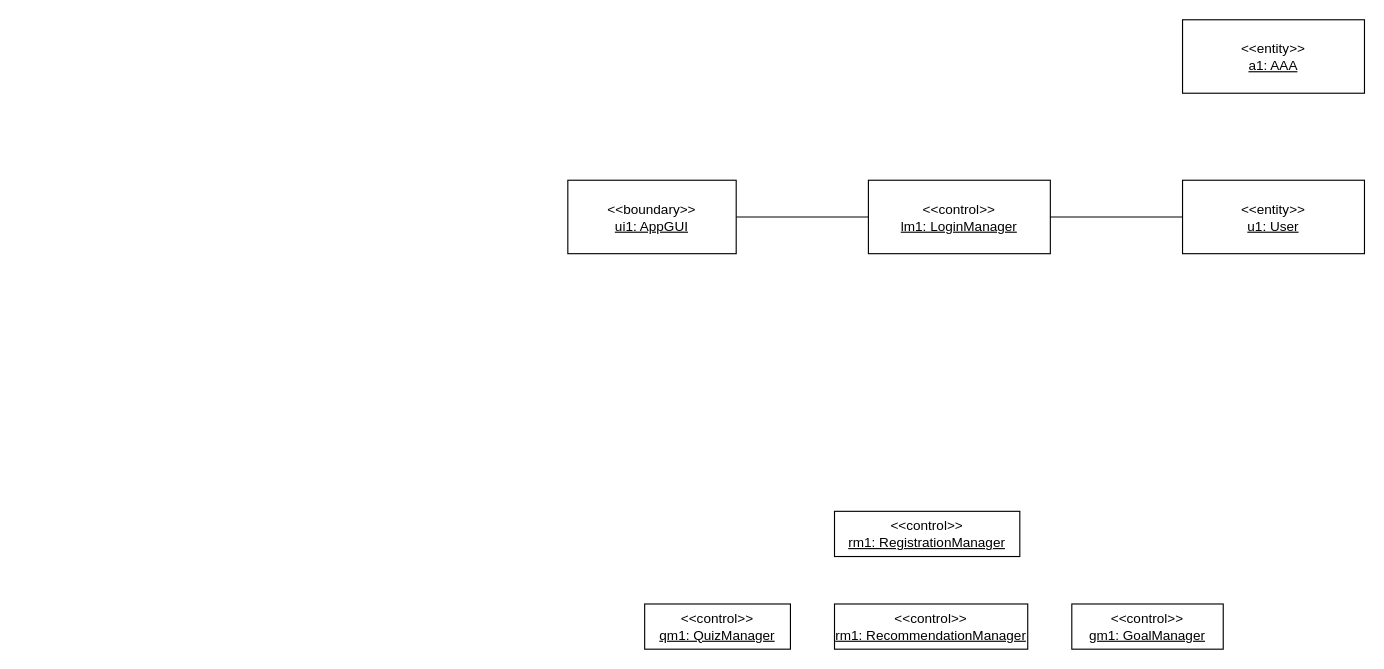
ahammond3aws/DC2SEN keeps this draw.io diagram as Object_diagrams.drawio. Above is the earlier version. Source tidied: cells renumbered, new cells numbered last; positions are measured from the earlier drawing's top-left corner, leaving out a move shared by most shapes. Both pictures are drawn from the tidied source at 113%, with x=0, y=0 at pixel (567, 19).
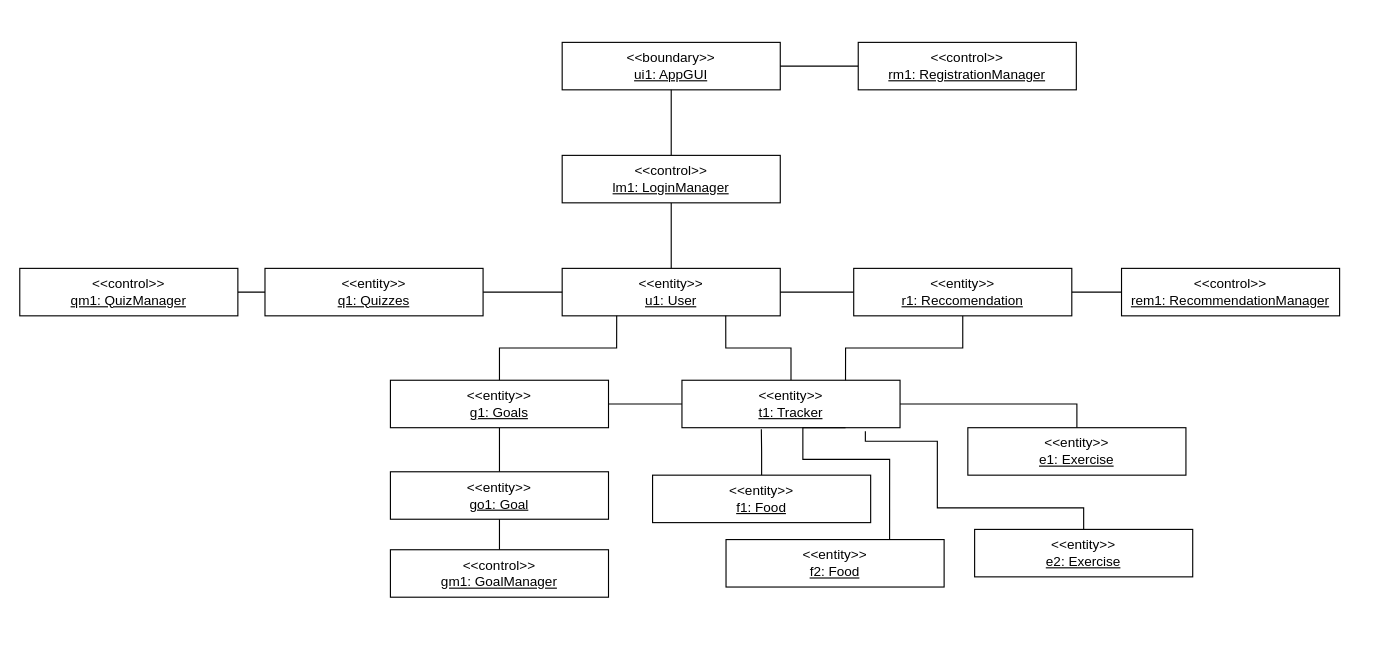
Above is the later version.

Change to the diagram source:
```diff
@@
-    <mxCell id="2" style="edgeStyle=orthogonalEdgeStyle;rounded=0;jettySize=auto;html=1;entryX=0;entryY=0.5;entryDx=0;entryDy=0;endArrow=none;endFill=0;" parent="1" edge="1" source="3" target="4">
-      <mxGeometry relative="1" as="geometry" />
-    </mxCell>
     <mxCell id="3" value="&amp;lt;&amp;lt;boundary&amp;gt;&amp;gt;&lt;br&gt;&lt;u&gt;ui1: AppGUI&lt;/u&gt;" style="rounded=0;whiteSpace=wrap;html=1;" parent="1" vertex="1">
-      <mxGeometry y="142" width="149" height="65" as="geometry" />
+      <mxGeometry x="-5" y="20" width="193" height="42" as="geometry" />
     </mxCell>
+    <mxCell id="12" style="edgeStyle=orthogonalEdgeStyle;rounded=0;jettySize=auto;html=1;endArrow=none;endFill=0;" parent="1" edge="1" source="4" target="10">
+      <mxGeometry relative="1" as="geometry" />
+    </mxCell>
+    <mxCell id="13" style="edgeStyle=orthogonalEdgeStyle;rounded=0;jettySize=auto;html=1;endArrow=none;endFill=0;" parent="1" edge="1" source="4" target="3">
+      <mxGeometry relative="1" as="geometry" />
+    </mxCell>
     <mxCell id="4" value="&amp;lt;&amp;lt;control&amp;gt;&amp;gt;&lt;br&gt;&lt;u&gt;lm1: LoginManager&lt;/u&gt;" style="rounded=0;whiteSpace=wrap;html=1;" parent="1" vertex="1">
-      <mxGeometry x="266" y="142" width="161" height="65" as="geometry" />
+      <mxGeometry x="-5" y="120" width="193" height="42" as="geometry" />
     </mxCell>
+    <mxCell id="14" style="edgeStyle=orthogonalEdgeStyle;rounded=0;jettySize=auto;html=1;endArrow=none;endFill=0;" parent="1" edge="1" source="5" target="3">
+      <mxGeometry relative="1" as="geometry" />
+    </mxCell>
     <mxCell id="5" value="&amp;lt;&amp;lt;control&amp;gt;&amp;gt;&lt;br&gt;&lt;u&gt;rm1: RegistrationManager&lt;/u&gt;" style="rounded=0;whiteSpace=wrap;html=1;" parent="1" vertex="1">
-      <mxGeometry x="236" y="435" width="164" height="40" as="geometry" />
+      <mxGeometry x="257" y="20" width="193" height="42" as="geometry" />
     </mxCell>
+    <mxCell id="10" value="&amp;lt;&amp;lt;entity&amp;gt;&amp;gt;&lt;br&gt;&lt;u&gt;u1: User&lt;/u&gt;" style="rounded=0;whiteSpace=wrap;html=1;" parent="1" vertex="1">
+      <mxGeometry x="-5" y="220" width="193" height="42" as="geometry" />
+    </mxCell>
+    <mxCell id="15" style="edgeStyle=orthogonalEdgeStyle;rounded=0;jettySize=auto;html=1;endArrow=none;endFill=0;exitX=0;exitY=0.5;exitDx=0;exitDy=0;" parent="1" edge="1" source="17" target="6">
+      <mxGeometry relative="1" as="geometry" />
+    </mxCell>
+    <mxCell id="16" style="edgeStyle=orthogonalEdgeStyle;rounded=0;jettySize=auto;html=1;entryX=0;entryY=0.5;entryDx=0;entryDy=0;endArrow=none;endFill=0;" parent="1" edge="1" source="17" target="10">
+      <mxGeometry relative="1" as="geometry" />
+    </mxCell>
+    <mxCell id="17" value="&amp;lt;&amp;lt;entity&amp;gt;&amp;gt;&lt;br&gt;&lt;u&gt;q1: Quizzes&lt;/u&gt;" style="rounded=0;whiteSpace=wrap;html=1;" parent="1" vertex="1">
+      <mxGeometry x="-268" y="220" width="193" height="42" as="geometry" />
+    </mxCell>
-    <mxCell id="6" value="&amp;lt;&amp;lt;control&amp;gt;&amp;gt;&lt;br&gt;&lt;u&gt;qm1: QuizManager&lt;/u&gt;" style="rounded=0;whiteSpace=wrap;html=1;fillColor=default;" parent="1" vertex="1">
-      <mxGeometry x="68" y="517" width="129" height="40" as="geometry" />
+    <mxCell id="6" value="&amp;lt;&amp;lt;control&amp;gt;&amp;gt;&lt;br&gt;&lt;u&gt;qm1: QuizManager&lt;/u&gt;" style="rounded=0;whiteSpace=wrap;html=1;" parent="1" vertex="1">
+      <mxGeometry x="-485" y="220" width="193" height="42" as="geometry" />
     </mxCell>
-    <mxCell id="7" value="&amp;lt;&amp;lt;control&amp;gt;&amp;gt;&lt;br&gt;&lt;u&gt;rm1: RecommendationManager&lt;/u&gt;" style="rounded=0;whiteSpace=wrap;html=1;fillColor=default;" parent="1" vertex="1">
-      <mxGeometry x="236" y="517" width="171" height="40" as="geometry" />
-    </mxCell>
+    <mxCell id="18" style="edgeStyle=orthogonalEdgeStyle;rounded=0;jettySize=auto;html=1;entryX=0.75;entryY=1;entryDx=0;entryDy=0;endArrow=none;endFill=0;" parent="1" edge="1" source="20" target="10">
+      <mxGeometry relative="1" as="geometry" />
+    </mxCell>
+    <mxCell id="19" style="edgeStyle=orthogonalEdgeStyle;rounded=0;jettySize=auto;html=1;entryX=0.5;entryY=0;entryDx=0;entryDy=0;endArrow=none;endFill=0;" parent="1" edge="1" source="20" target="36">
+      <mxGeometry relative="1" as="geometry" />
+    </mxCell>
+    <mxCell id="20" value="&amp;lt;&amp;lt;entity&amp;gt;&amp;gt;&lt;br&gt;&lt;u&gt;t1: Tracker&lt;/u&gt;" style="rounded=0;whiteSpace=wrap;html=1;" parent="1" vertex="1">
+      <mxGeometry x="101" y="319" width="193" height="42" as="geometry" />
+    </mxCell>
+    <mxCell id="21" style="edgeStyle=orthogonalEdgeStyle;rounded=0;jettySize=auto;html=1;endArrow=none;endFill=0;" parent="1" edge="1" source="24" target="25">
+      <mxGeometry relative="1" as="geometry" />
+    </mxCell>
+    <mxCell id="22" style="edgeStyle=orthogonalEdgeStyle;rounded=0;jettySize=auto;html=1;endArrow=none;endFill=0;" parent="1" edge="1" source="24" target="20">
+      <mxGeometry relative="1" as="geometry" />
+    </mxCell>
+    <mxCell id="23" style="edgeStyle=orthogonalEdgeStyle;rounded=0;jettySize=auto;html=1;entryX=0.25;entryY=1;entryDx=0;entryDy=0;endArrow=none;endFill=0;" parent="1" edge="1" source="24" target="10">
+      <mxGeometry relative="1" as="geometry" />
+    </mxCell>
+    <mxCell id="24" value="&amp;lt;&amp;lt;entity&amp;gt;&amp;gt;&lt;br&gt;&lt;u&gt;g1: Goals&lt;/u&gt;" style="rounded=0;whiteSpace=wrap;html=1;" parent="1" vertex="1">
+      <mxGeometry x="-157" y="319" width="193" height="42" as="geometry" />
+    </mxCell>
+    <mxCell id="25" value="&amp;lt;&amp;lt;entity&amp;gt;&amp;gt;&lt;br&gt;&lt;u&gt;go1: Goal&lt;/u&gt;" style="rounded=0;whiteSpace=wrap;html=1;" parent="1" vertex="1">
+      <mxGeometry x="-157" y="400" width="193" height="42" as="geometry" />
+    </mxCell>
+    <mxCell id="26" style="edgeStyle=orthogonalEdgeStyle;rounded=0;jettySize=auto;html=1;endArrow=none;endFill=0;" parent="1" edge="1" source="29" target="31">
+      <mxGeometry relative="1" as="geometry" />
+    </mxCell>
+    <mxCell id="27" style="edgeStyle=orthogonalEdgeStyle;rounded=0;jettySize=auto;html=1;entryX=0.75;entryY=0;entryDx=0;entryDy=0;endArrow=none;endFill=0;exitX=0.5;exitY=1;exitDx=0;exitDy=0;" parent="1" edge="1" source="29" target="20">
+      <mxGeometry relative="1" as="geometry" />
+    </mxCell>
+    <mxCell id="28" style="edgeStyle=orthogonalEdgeStyle;rounded=0;jettySize=auto;html=1;entryX=1;entryY=0.5;entryDx=0;entryDy=0;endArrow=none;endFill=0;" parent="1" edge="1" source="29" target="10">
+      <mxGeometry relative="1" as="geometry" />
+    </mxCell>
+    <mxCell id="29" value="&amp;lt;&amp;lt;entity&amp;gt;&amp;gt;&lt;br&gt;&lt;u&gt;r1: Reccomendation&lt;/u&gt;" style="rounded=0;whiteSpace=wrap;html=1;" parent="1" vertex="1">
+      <mxGeometry x="253" y="220" width="193" height="42" as="geometry" />
+    </mxCell>
+    <mxCell id="30" style="edgeStyle=orthogonalEdgeStyle;rounded=0;jettySize=auto;html=1;endArrow=none;endFill=0;" parent="1" edge="1" source="8" target="25">
+      <mxGeometry relative="1" as="geometry" />
+    </mxCell>
-    <mxCell id="8" value="&amp;lt;&amp;lt;control&amp;gt;&amp;gt;&lt;br&gt;&lt;u&gt;gm1: GoalManager&lt;/u&gt;" style="rounded=0;whiteSpace=wrap;html=1;fillColor=default;" parent="1" vertex="1">
-      <mxGeometry x="446" y="517" width="134" height="40" as="geometry" />
+    <mxCell id="8" value="&amp;lt;&amp;lt;control&amp;gt;&amp;gt;&lt;br&gt;&lt;u&gt;gm1: GoalManager&lt;/u&gt;" style="rounded=0;whiteSpace=wrap;html=1;" parent="1" vertex="1">
+      <mxGeometry x="-157" y="469" width="193" height="42" as="geometry" />
     </mxCell>
-    <mxCell id="9" style="edgeStyle=orthogonalEdgeStyle;rounded=0;jettySize=auto;html=1;entryX=1;entryY=0.5;entryDx=0;entryDy=0;endArrow=none;endFill=0;" parent="1" edge="1" source="10" target="4">
-      <mxGeometry relative="1" as="geometry" />
-    </mxCell>
-    <mxCell id="10" value="&amp;lt;&amp;lt;entity&amp;gt;&amp;gt;&lt;br&gt;&lt;u&gt;u1: User&lt;/u&gt;" style="rounded=0;whiteSpace=wrap;html=1;" parent="1" vertex="1">
-      <mxGeometry x="544" y="142" width="161" height="65" as="geometry" />
-    </mxCell>
-    <mxCell id="11" value="&amp;lt;&amp;lt;entity&amp;gt;&amp;gt;&lt;br&gt;&lt;u&gt;a1: AAA&lt;/u&gt;" style="rounded=0;whiteSpace=wrap;html=1;" parent="1" vertex="1">
-      <mxGeometry x="544" width="161" height="65" as="geometry" />
-    </mxCell>
+    <mxCell id="31" value="&amp;lt;&amp;lt;control&amp;gt;&amp;gt;&lt;br&gt;&lt;u&gt;rem1: RecommendationManager&lt;/u&gt;" style="rounded=0;whiteSpace=wrap;html=1;" parent="1" vertex="1">
+      <mxGeometry x="490" y="220" width="193" height="42" as="geometry" />
+    </mxCell>
+    <mxCell id="32" style="edgeStyle=orthogonalEdgeStyle;rounded=0;jettySize=auto;html=1;entryX=0.364;entryY=1.034;entryDx=0;entryDy=0;entryPerimeter=0;endArrow=none;endFill=0;" parent="1" edge="1" source="33" target="20">
+      <mxGeometry relative="1" as="geometry" />
+    </mxCell>
+    <mxCell id="33" value="&amp;lt;&amp;lt;entity&amp;gt;&amp;gt;&lt;br&gt;&lt;u&gt;f1: Food&lt;/u&gt;" style="rounded=0;whiteSpace=wrap;html=1;" parent="1" vertex="1">
+      <mxGeometry x="75" y="403" width="193" height="42" as="geometry" />
+    </mxCell>
+    <mxCell id="34" style="edgeStyle=orthogonalEdgeStyle;rounded=0;jettySize=auto;html=1;entryX=0.75;entryY=1;entryDx=0;entryDy=0;endArrow=none;endFill=0;exitX=0.75;exitY=0;exitDx=0;exitDy=0;" parent="1" edge="1" source="35" target="20">
+      <mxGeometry relative="1" as="geometry">
+        <Array as="points">
+          <mxPoint x="285" y="389" />
+          <mxPoint x="208" y="389" />
+          <mxPoint x="208" y="361" />
+        </Array>
+      </mxGeometry>
+    </mxCell>
+    <mxCell id="35" value="&amp;lt;&amp;lt;entity&amp;gt;&amp;gt;&lt;br&gt;&lt;u&gt;f2: Food&lt;/u&gt;" style="rounded=0;whiteSpace=wrap;html=1;" parent="1" vertex="1">
+      <mxGeometry x="140" y="460" width="193" height="42" as="geometry" />
+    </mxCell>
+    <mxCell id="36" value="&amp;lt;&amp;lt;entity&amp;gt;&amp;gt;&lt;br&gt;&lt;u&gt;e1: Exercise&lt;/u&gt;" style="rounded=0;whiteSpace=wrap;html=1;" parent="1" vertex="1">
+      <mxGeometry x="354" y="361" width="193" height="42" as="geometry" />
+    </mxCell>
+    <mxCell id="37" style="edgeStyle=orthogonalEdgeStyle;rounded=0;jettySize=auto;html=1;entryX=0.841;entryY=1.076;entryDx=0;entryDy=0;endArrow=none;endFill=0;entryPerimeter=0;" parent="1" edge="1" source="38" target="20">
+      <mxGeometry relative="1" as="geometry">
+        <Array as="points">
+          <mxPoint x="457" y="432" />
+          <mxPoint x="327" y="432" />
+          <mxPoint x="327" y="373" />
+          <mxPoint x="263" y="373" />
+        </Array>
+      </mxGeometry>
+    </mxCell>
+    <mxCell id="38" value="&amp;lt;&amp;lt;entity&amp;gt;&amp;gt;&lt;br&gt;&lt;u&gt;e2: Exercise&lt;/u&gt;" style="rounded=0;whiteSpace=wrap;html=1;" parent="1" vertex="1">
+      <mxGeometry x="360" y="451" width="193" height="42" as="geometry" />
+    </mxCell>
```
